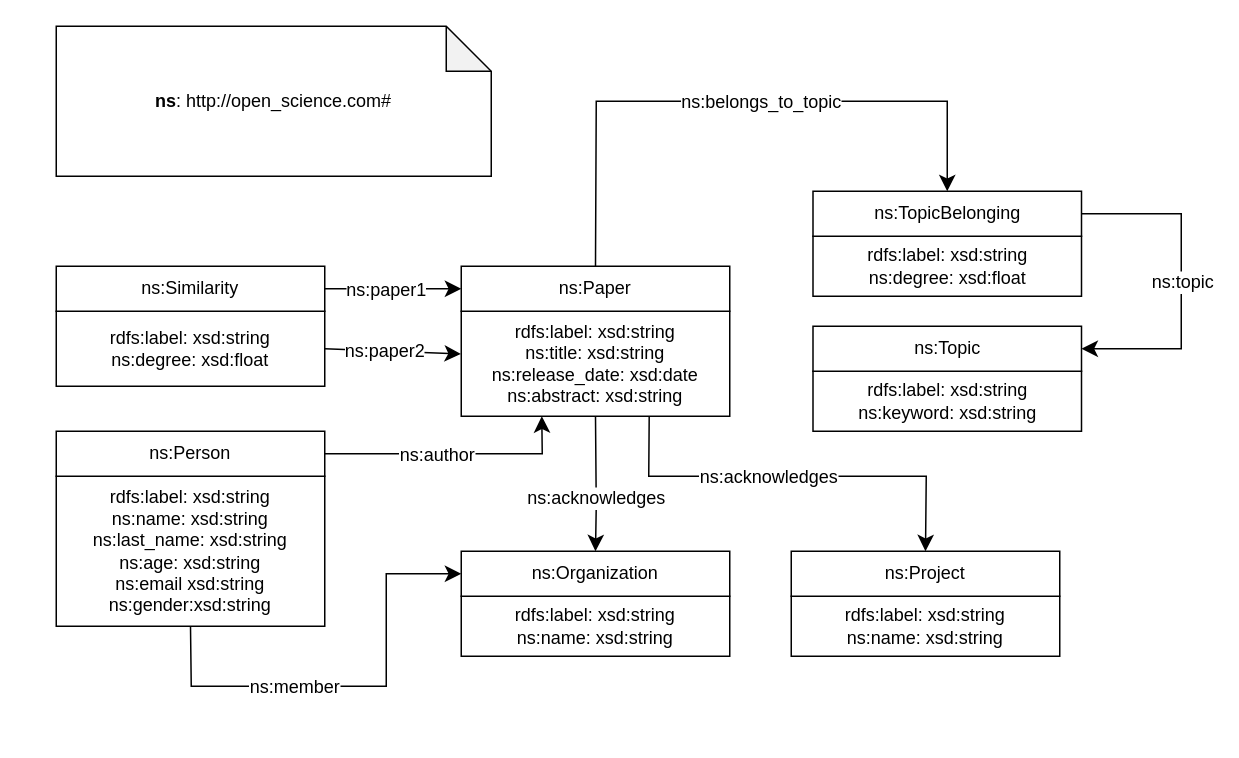
Earlier version of the draw.io diagram ontology/ontology_graph.drawio.xml (JorgeMIng/Article_Graph). Source tidied: cells renumbered, new cells numbered last; positions are measured from the earlier drawing's top-left corner, leaving out a move shared by most shapes. Both pictures are drawn from the tidied source at 150%, with x=0, y=0 at pixel (56, 26).
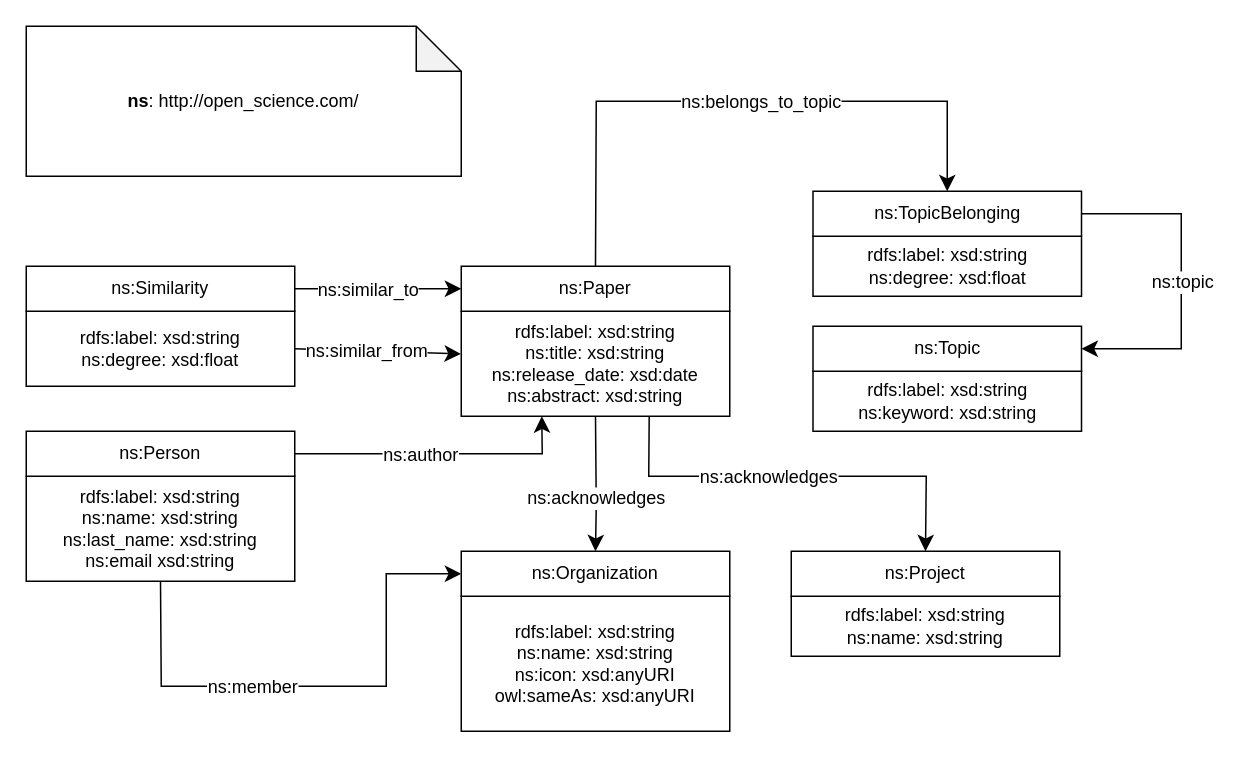
The same page after the edit.

The change refers to these unchanged cells:
```xml
<mxCell id="10" value="ns:Organization" style="rounded=0;whiteSpace=wrap;html=1;snapToPoint=1;points=[[0.1,0],[0.2,0],[0.3,0],[0.4,0],[0.5,0],[0.6,0],[0.7,0],[0.8,0],[0.9,0],[0,0.1],[0,0.3],[0,0.5],[0,0.7],[0,0.9],[0.1,1],[0.2,1],[0.3,1],[0.4,1],[0.5,1],[0.6,1],[0.7,1],[0.8,1],[0.9,1],[1,0.1],[1,0.3],[1,0.5],[1,0.7],[1,0.9]];" parent="1" vertex="1">
  <mxGeometry x="270" y="350" width="179" height="30" as="geometry" />
</mxCell>
<mxCell id="23" style="endArrow=classic;html=1;exitX=1;exitY=0.5;exitDx=0;exitDy=0;endSize=8;rounded=0;entryX=0;entryY=0.5;entryDx=0;entryDy=0;" parent="1" edge="1" source="22" target="4">
  <mxGeometry relative="1" as="geometry" />
</mxCell>
<mxCell id="25" style="endArrow=classic;html=1;exitX=1;exitY=0.5;exitDx=0;exitDy=0;endSize=8;rounded=0;entryX=-0.001;entryY=0.407;entryDx=0;entryDy=0;entryPerimeter=0;" parent="1" edge="1" source="21" target="3">
  <mxGeometry relative="1" as="geometry" />
</mxCell>
```

Diff of the diagram source:
```diff
@@
-    <mxCell id="2" value="&lt;div&gt;&lt;b&gt;ns&lt;/b&gt;: http://open_science.com#&lt;/div&gt;" style="shape=note;whiteSpace=wrap;html=1;backgroundOutline=1;darkOpacity=0.05;" parent="1" vertex="1">
-      <mxGeometry width="290" height="100" as="geometry" />
+    <mxCell id="2" value="&lt;div&gt;&lt;b&gt;ns&lt;/b&gt;: http://open_science.com/&lt;/div&gt;" style="shape=note;whiteSpace=wrap;html=1;backgroundOutline=1;darkOpacity=0.05;" parent="1" vertex="1">
+      <mxGeometry x="-20" width="290" height="100" as="geometry" />
     </mxCell>
@@
-    <mxCell id="9" value="&lt;div&gt;rdfs:label: xsd:string&lt;br&gt;&lt;/div&gt;ns:name: xsd:string" style="rounded=0;whiteSpace=wrap;html=1;" parent="1" vertex="1">
-      <mxGeometry x="270" y="380" width="179" height="40" as="geometry" />
+    <mxCell id="9" value="&lt;div&gt;rdfs:label: xsd:string&lt;br&gt;&lt;/div&gt;ns:name: xsd:string&lt;div&gt;ns:icon: xsd:anyURI&lt;/div&gt;&lt;div&gt;owl:sameAs: xsd:anyURI&lt;/div&gt;" style="rounded=0;whiteSpace=wrap;html=1;" parent="1" vertex="1">
+      <mxGeometry x="270" y="380" width="179" height="90" as="geometry" />
     </mxCell>
@@
-    <mxCell id="11" value="&lt;div&gt;rdfs:label: xsd:string&lt;br&gt;&lt;/div&gt;ns:name: xsd:string&lt;div&gt;ns:last_name: xsd:string&lt;br&gt;&lt;div&gt;ns:age: xsd:string&lt;br&gt;&lt;/div&gt;&lt;/div&gt;&lt;div&gt;ns:email xsd:string&lt;/div&gt;&lt;div&gt;ns:gender:xsd:string&lt;/div&gt;" style="rounded=0;whiteSpace=wrap;html=1;snapToPoint=1;points=[[0.1,0],[0.2,0],[0.3,0],[0.4,0],[0.5,0],[0.6,0],[0.7,0],[0.8,0],[0.9,0],[0,0.1],[0,0.3],[0,0.5],[0,0.7],[0,0.9],[0.1,1],[0.2,1],[0.3,1],[0.4,1],[0.5,1],[0.6,1],[0.7,1],[0.8,1],[0.9,1],[1,0.1],[1,0.3],[1,0.5],[1,0.7],[1,0.9]];" parent="1" vertex="1">
-      <mxGeometry y="300" width="179" height="100" as="geometry" />
+    <mxCell id="11" value="&lt;div&gt;rdfs:label: xsd:string&lt;br&gt;&lt;/div&gt;ns:name: xsd:string&lt;div&gt;ns:last_name: xsd:string&lt;/div&gt;&lt;div&gt;ns:email xsd:string&lt;/div&gt;" style="rounded=0;whiteSpace=wrap;html=1;snapToPoint=1;points=[[0.1,0],[0.2,0],[0.3,0],[0.4,0],[0.5,0],[0.6,0],[0.7,0],[0.8,0],[0.9,0],[0,0.1],[0,0.3],[0,0.5],[0,0.7],[0,0.9],[0.1,1],[0.2,1],[0.3,1],[0.4,1],[0.5,1],[0.6,1],[0.7,1],[0.8,1],[0.9,1],[1,0.1],[1,0.3],[1,0.5],[1,0.7],[1,0.9]];" parent="1" vertex="1">
+      <mxGeometry x="-20" y="300" width="179" height="70" as="geometry" />
     </mxCell>
     <mxCell id="12" value="ns:Person" style="rounded=0;whiteSpace=wrap;html=1;snapToPoint=1;points=[[0.1,0],[0.2,0],[0.3,0],[0.4,0],[0.5,0],[0.6,0],[0.7,0],[0.8,0],[0.9,0],[0,0.1],[0,0.3],[0,0.5],[0,0.7],[0,0.9],[0.1,1],[0.2,1],[0.3,1],[0.4,1],[0.5,1],[0.6,1],[0.7,1],[0.8,1],[0.9,1],[1,0.1],[1,0.3],[1,0.5],[1,0.7],[1,0.9]];" parent="1" vertex="1">
-      <mxGeometry y="270" width="179" height="30" as="geometry" />
+      <mxGeometry x="-20" y="270" width="179" height="30" as="geometry" />
     </mxCell>
@@
     <mxCell id="21" value="&lt;div&gt;rdfs:label: xsd:string&lt;/div&gt;&lt;div&gt;ns:degree: xsd:float&lt;/div&gt;" style="rounded=0;whiteSpace=wrap;html=1;snapToPoint=1;points=[[0.1,0],[0.2,0],[0.3,0],[0.4,0],[0.5,0],[0.6,0],[0.7,0],[0.8,0],[0.9,0],[0,0.1],[0,0.3],[0,0.5],[0,0.7],[0,0.9],[0.1,1],[0.2,1],[0.3,1],[0.4,1],[0.5,1],[0.6,1],[0.7,1],[0.8,1],[0.9,1],[1,0.1],[1,0.3],[1,0.5],[1,0.7],[1,0.9]];" parent="1" vertex="1">
-      <mxGeometry y="190" width="179" height="50" as="geometry" />
+      <mxGeometry x="-20" y="190" width="179" height="50" as="geometry" />
     </mxCell>
     <mxCell id="22" value="ns:Similarity" style="rounded=0;whiteSpace=wrap;html=1;snapToPoint=1;points=[[0.1,0],[0.2,0],[0.3,0],[0.4,0],[0.5,0],[0.6,0],[0.7,0],[0.8,0],[0.9,0],[0,0.1],[0,0.3],[0,0.5],[0,0.7],[0,0.9],[0.1,1],[0.2,1],[0.3,1],[0.4,1],[0.5,1],[0.6,1],[0.7,1],[0.8,1],[0.9,1],[1,0.1],[1,0.3],[1,0.5],[1,0.7],[1,0.9]];" parent="1" vertex="1">
-      <mxGeometry y="160" width="179" height="30" as="geometry" />
+      <mxGeometry x="-20" y="160" width="179" height="30" as="geometry" />
     </mxCell>
@@
-    <mxCell id="24" value="&lt;div&gt;ns:paper1&lt;/div&gt;" style="text;html=1;align=center;verticalAlign=middle;labelBackgroundColor=#ffffff;" parent="23" vertex="1">
+    <mxCell id="24" value="&lt;div&gt;ns:similar_to&lt;/div&gt;" style="text;html=1;align=center;verticalAlign=middle;labelBackgroundColor=#ffffff;" parent="23" vertex="1">
       <mxGeometry x="-0.13" relative="1" as="geometry" />
     </mxCell>
@@
-    <mxCell id="26" value="&lt;div&gt;ns:paper2&lt;/div&gt;" style="text;html=1;align=center;verticalAlign=middle;labelBackgroundColor=#ffffff;" parent="25" vertex="1">
+    <mxCell id="26" value="&lt;div&gt;ns:similar_from&lt;/div&gt;" style="text;html=1;align=center;verticalAlign=middle;labelBackgroundColor=#ffffff;" parent="25" vertex="1">
       <mxGeometry x="-0.13" relative="1" as="geometry" />
     </mxCell>
@@
     <mxCell id="31" style="endArrow=classic;html=1;entryX=0;entryY=0.5;entryDx=0;entryDy=0;endSize=8;rounded=0;exitX=0.5;exitY=1;exitDx=0;exitDy=0;" parent="1" edge="1" source="11" target="10">
       <mxGeometry relative="1" as="geometry">
         <Array as="points">
-          <mxPoint x="90" y="440" />
+          <mxPoint x="70" y="440" />
           <mxPoint x="220" y="440" />
           <mxPoint x="220" y="365" />
         </Array>
       </mxGeometry>
     </mxCell>
```
